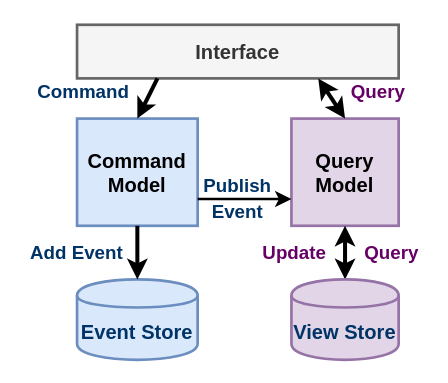
This is diagrams/draw_io/command_query_responsibility_segregation_small.drawio from wuyichen24/system-design-knowledge, a draw.io file, before an edit. Source tidied: cells renumbered, new cells numbered last; positions are measured from the earlier drawing's top-left corner, leaving out a move shared by most shapes. Both pictures are drawn from the tidied source at 134%, with x=0, y=0 at pixel (23, 24).
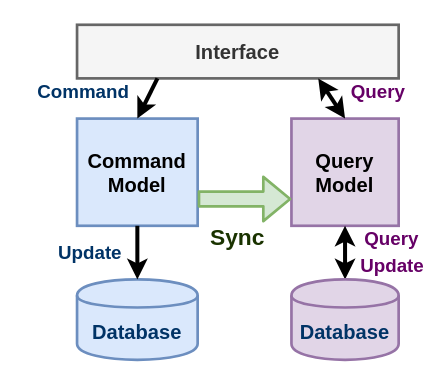
Above is the later version.

Commit message (it also covers changes not shown here):
update cqrs diagram

The edit, as a diff of the source:
```diff
@@
 <mxGraphModel>
   <root>
     <mxCell id="0" />
     <mxCell id="1" parent="0" />
     <mxCell id="2" value="&lt;font style=&quot;font-size: 15px&quot;&gt;&lt;b&gt;Command Model&lt;/b&gt;&lt;/font&gt;" style="rounded=0;whiteSpace=wrap;html=1;strokeWidth=2;fillColor=#dae8fc;strokeColor=#6c8ebf;" parent="1" vertex="1">
       <mxGeometry x="40" y="70" width="90" height="80" as="geometry" />
     </mxCell>
     <mxCell id="3" value="&lt;font style=&quot;font-size: 15px&quot;&gt;&lt;b&gt;Query&lt;br&gt;Model&lt;/b&gt;&lt;/font&gt;" style="rounded=0;whiteSpace=wrap;html=1;strokeWidth=2;fillColor=#e1d5e7;strokeColor=#9673a6;" parent="1" vertex="1">
       <mxGeometry x="200" y="70" width="80" height="80" as="geometry" />
     </mxCell>
-    <mxCell id="4" value="&lt;font style=&quot;font-size: 15px&quot; color=&quot;#003366&quot;&gt;&lt;b&gt;Event Store&lt;/b&gt;&lt;/font&gt;" style="shape=cylinder;whiteSpace=wrap;html=1;boundedLbl=1;backgroundOutline=1;strokeWidth=2;fillColor=#dae8fc;strokeColor=#6c8ebf;" parent="1" vertex="1">
+    <mxCell id="4" value="&lt;font style=&quot;font-size: 15px&quot; color=&quot;#003366&quot;&gt;&lt;b&gt;Database&lt;/b&gt;&lt;/font&gt;" style="shape=cylinder;whiteSpace=wrap;html=1;boundedLbl=1;backgroundOutline=1;strokeWidth=2;fillColor=#dae8fc;strokeColor=#6c8ebf;" parent="1" vertex="1">
       <mxGeometry x="40" y="190" width="90" height="60" as="geometry" />
     </mxCell>
     <mxCell id="5" value="&lt;font style=&quot;font-size: 15px&quot;&gt;&lt;b&gt;Interface&lt;/b&gt;&lt;/font&gt;" style="rounded=0;whiteSpace=wrap;html=1;strokeWidth=2;fillColor=#f5f5f5;strokeColor=#666666;fontColor=#333333;" parent="1" vertex="1">
       <mxGeometry x="40" width="240" height="40" as="geometry" />
     </mxCell>
     <mxCell id="6" style="endArrow=classic;html=1;strokeWidth=3;entryX=0.5;entryY=0;entryDx=0;entryDy=0;targetPerimeterSpacing=-1;endSize=6;exitX=0.25;exitY=1;exitDx=0;exitDy=0;" parent="1" edge="1" source="5" target="2">
       <mxGeometry relative="1" as="geometry" />
     </mxCell>
     <mxCell id="7" style="endArrow=classic;html=1;strokeWidth=3;exitX=0.5;exitY=1;exitDx=0;exitDy=0;jumpSize=6;startSize=6;endSize=6;entryX=0.5;entryY=0;entryDx=0;entryDy=0;" parent="1" edge="1" source="2" target="4">
       <mxGeometry relative="1" as="geometry" />
     </mxCell>
     <mxCell id="8" style="endArrow=classic;html=1;strokeWidth=3;targetPerimeterSpacing=0;endSize=6;exitX=0.5;exitY=0;exitDx=0;exitDy=0;startArrow=classic;startFill=1;entryX=0.75;entryY=1;entryDx=0;entryDy=0;" parent="1" edge="1" source="3" target="5">
       <mxGeometry relative="1" as="geometry" />
     </mxCell>
     <mxCell id="9" style="endArrow=classic;html=1;strokeWidth=3;targetPerimeterSpacing=0;endSize=6;entryX=0.5;entryY=1;entryDx=0;entryDy=0;startArrow=classic;startFill=1;exitX=0.5;exitY=0;exitDx=0;exitDy=0;" parent="1" edge="1" source="14" target="3">
       <mxGeometry relative="1" as="geometry" />
     </mxCell>
-    <mxCell id="10" value="&lt;span style=&quot;font-size: 14px&quot;&gt;&lt;b&gt;&lt;font color=&quot;#003366&quot;&gt;Add Event&lt;/font&gt;&lt;/b&gt;&lt;/span&gt;" style="text;html=1;strokeColor=none;fillColor=none;align=center;verticalAlign=middle;whiteSpace=wrap;rounded=0;fontColor=#663300;" parent="1" vertex="1">
-      <mxGeometry y="160" width="80" height="20" as="geometry" />
-    </mxCell>
     <mxCell id="11" value="&lt;span style=&quot;font-size: 14px&quot;&gt;&lt;b&gt;&lt;font color=&quot;#660066&quot;&gt;Query&lt;/font&gt;&lt;/b&gt;&lt;/span&gt;" style="text;html=1;strokeColor=none;fillColor=none;align=center;verticalAlign=middle;whiteSpace=wrap;rounded=0;" parent="1" vertex="1">
       <mxGeometry x="240" y="40" width="50" height="20" as="geometry" />
     </mxCell>
     <mxCell id="12" value="&lt;span style=&quot;font-size: 14px&quot;&gt;&lt;b&gt;&lt;font color=&quot;#003366&quot;&gt;Command&lt;/font&gt;&lt;/b&gt;&lt;/span&gt;" style="text;html=1;strokeColor=none;fillColor=none;align=center;verticalAlign=middle;whiteSpace=wrap;rounded=0;" parent="1" vertex="1">
       <mxGeometry x="10" y="40" width="70" height="20" as="geometry" />
     </mxCell>
     <mxCell id="13" value="&lt;span style=&quot;font-size: 14px&quot;&gt;&lt;b&gt;&lt;font color=&quot;#660066&quot;&gt;Update&lt;/font&gt;&lt;/b&gt;&lt;/span&gt;" style="text;html=1;strokeColor=none;fillColor=none;align=center;verticalAlign=middle;whiteSpace=wrap;rounded=0;" parent="1" vertex="1">
-      <mxGeometry x="180" y="160" width="45" height="20" as="geometry" />
+      <mxGeometry x="252.5" y="170" width="45" height="20" as="geometry" />
     </mxCell>
-    <mxCell id="14" value="&lt;font style=&quot;font-size: 15px&quot; color=&quot;#003366&quot;&gt;&lt;b&gt;View Store&lt;/b&gt;&lt;/font&gt;" style="shape=cylinder;whiteSpace=wrap;html=1;boundedLbl=1;backgroundOutline=1;strokeWidth=2;fillColor=#e1d5e7;strokeColor=#9673a6;" parent="1" vertex="1">
+    <mxCell id="14" value="&lt;font style=&quot;font-size: 15px&quot; color=&quot;#003366&quot;&gt;&lt;b&gt;Database&lt;/b&gt;&lt;/font&gt;" style="shape=cylinder;whiteSpace=wrap;html=1;boundedLbl=1;backgroundOutline=1;strokeWidth=2;fillColor=#e1d5e7;strokeColor=#9673a6;" parent="1" vertex="1">
       <mxGeometry x="200" y="190" width="80" height="60" as="geometry" />
     </mxCell>
+    <mxCell id="18" value="&lt;span style=&quot;font-size: 14px&quot;&gt;&lt;b&gt;&lt;font color=&quot;#660066&quot;&gt;Query&lt;/font&gt;&lt;/b&gt;&lt;/span&gt;" style="text;html=1;strokeColor=none;fillColor=none;align=center;verticalAlign=middle;whiteSpace=wrap;rounded=0;" parent="1" vertex="1">
+      <mxGeometry x="250" y="150" width="50" height="20" as="geometry" />
+    </mxCell>
-    <mxCell id="15" style="endArrow=classic;html=1;exitX=1;exitY=0.75;exitDx=0;exitDy=0;entryX=0;entryY=0.75;entryDx=0;entryDy=0;strokeWidth=2;" parent="1" edge="1" source="2" target="3">
+    <mxCell id="15" style="shape=flexArrow;endArrow=classic;html=1;strokeWidth=2;fillColor=#d5e8d4;strokeColor=#82b366;exitX=1;exitY=0.75;exitDx=0;exitDy=0;entryX=0;entryY=0.75;entryDx=0;entryDy=0;" parent="1" edge="1" source="2" target="3">
       <mxGeometry relative="1" as="geometry" />
     </mxCell>
-    <mxCell id="16" value="&lt;span style=&quot;font-size: 14px&quot;&gt;&lt;b&gt;&lt;font color=&quot;#003366&quot;&gt;Publish&lt;/font&gt;&lt;/b&gt;&lt;/span&gt;" style="text;html=1;strokeColor=none;fillColor=none;align=center;verticalAlign=middle;whiteSpace=wrap;rounded=0;fontColor=#663300;" parent="1" vertex="1">
-      <mxGeometry x="130" y="110" width="60" height="20" as="geometry" />
-    </mxCell>
-    <mxCell id="17" value="&lt;span style=&quot;font-size: 14px&quot;&gt;&lt;b&gt;&lt;font color=&quot;#003366&quot;&gt;Event&lt;/font&gt;&lt;/b&gt;&lt;/span&gt;" style="text;html=1;strokeColor=none;fillColor=none;align=center;verticalAlign=middle;whiteSpace=wrap;rounded=0;fontColor=#663300;" parent="1" vertex="1">
-      <mxGeometry x="140" y="130" width="40" height="20" as="geometry" />
-    </mxCell>
-    <mxCell id="18" value="&lt;span style=&quot;font-size: 14px&quot;&gt;&lt;b&gt;&lt;font color=&quot;#660066&quot;&gt;Query&lt;/font&gt;&lt;/b&gt;&lt;/span&gt;" style="text;html=1;strokeColor=none;fillColor=none;align=center;verticalAlign=middle;whiteSpace=wrap;rounded=0;" parent="1" vertex="1">
-      <mxGeometry x="250" y="160" width="50" height="20" as="geometry" />
-    </mxCell>
+    <mxCell id="19" value="&lt;span style=&quot;font-size: 14px&quot;&gt;&lt;b&gt;&lt;font color=&quot;#003366&quot;&gt;Update&lt;/font&gt;&lt;/b&gt;&lt;/span&gt;" style="text;html=1;strokeColor=none;fillColor=none;align=center;verticalAlign=middle;whiteSpace=wrap;rounded=0;" parent="1" vertex="1">
+      <mxGeometry x="20" y="160" width="60" height="20" as="geometry" />
+    </mxCell>
+    <mxCell id="20" value="&lt;font style=&quot;font-size: 17px&quot; color=&quot;#1a3300&quot;&gt;&lt;b&gt;Sync&lt;/b&gt;&lt;/font&gt;" style="text;html=1;strokeColor=none;fillColor=none;align=center;verticalAlign=middle;whiteSpace=wrap;rounded=0;" parent="1" vertex="1">
+      <mxGeometry x="130" y="145" width="60" height="30" as="geometry" />
+    </mxCell>
   </root>
 </mxGraphModel>
```
